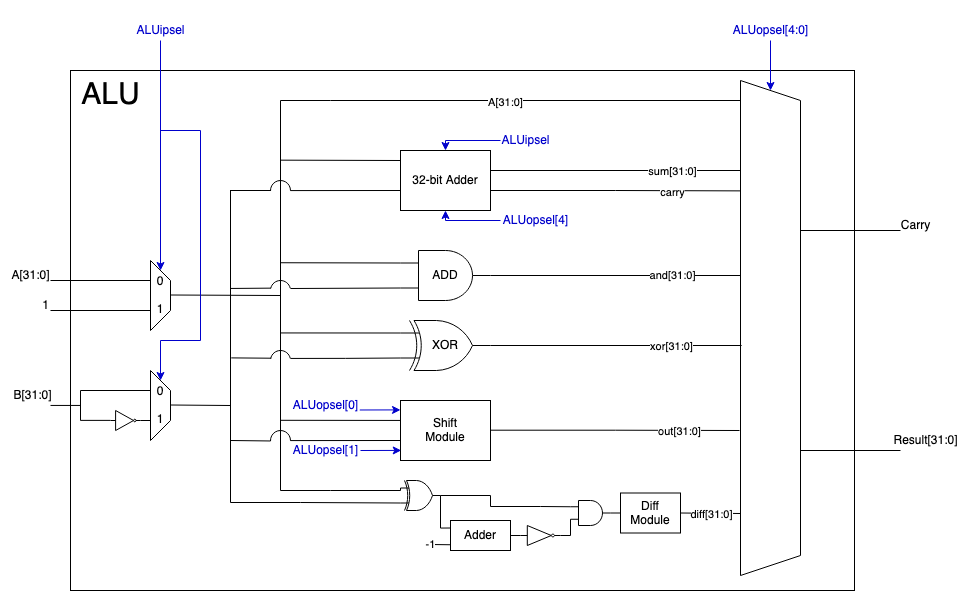
Earlier version of the draw.io export A6/ALU.drawio.png (rv4102/CompOrg-Lab). Source tidied: cells renumbered, new cells last; positions are measured from the earlier drawing's top-left corner, leaving out a move shared by most shapes.
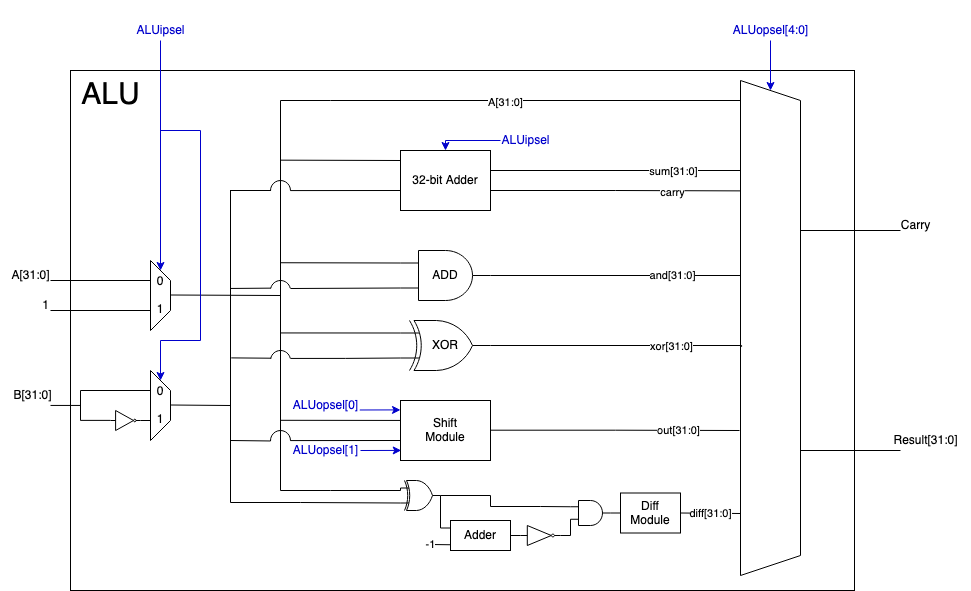
The same file after the commit.

What changed in the source:
```diff
@@ -326,14 +326,6 @@
         <mxPoint x="500" y="140" as="sourcePoint" />
       </mxGeometry>
     </mxCell>
-    <mxCell id="76" style="endArrow=classic;html=1;rounded=0;strokeWidth=1;fontSize=30;fontColor=#000000;entryX=0.5;entryY=1;entryDx=0;entryDy=0;edgeStyle=orthogonalEdgeStyle;strokeColor=#0000CC;" parent="1" edge="1" target="13">
-      <mxGeometry relative="1" as="geometry">
-        <mxPoint x="500" y="220" as="sourcePoint" />
-        <Array as="points">
-          <mxPoint x="445" y="220" />
-        </Array>
-      </mxGeometry>
-    </mxCell>
     <mxCell id="77" style="endArrow=classic;html=1;rounded=0;strokeColor=#0000CC;strokeWidth=1;fontSize=30;fontColor=#000000;entryX=0;entryY=0.5;entryDx=0;entryDy=0;" parent="1" edge="1" target="21">
       <mxGeometry relative="1" as="geometry">
         <mxPoint x="770" y="40" as="sourcePoint" />
@@ -378,9 +370,6 @@
     <mxCell id="85" value="&lt;font style=&quot;font-size: 12px;&quot; color=&quot;#0000CC&quot;&gt;ALUipsel&lt;/font&gt;" style="text;html=1;align=center;verticalAlign=middle;strokeColor=none;fillColor=none;fontSize=30;fontColor=#000000;" parent="1" vertex="1">
       <mxGeometry x="490" y="110" width="70" height="50" as="geometry" />
     </mxCell>
-    <mxCell id="86" value="&lt;font style=&quot;font-size: 12px;&quot; color=&quot;#0000CC&quot;&gt;ALUopsel[4]&lt;/font&gt;" style="text;html=1;align=center;verticalAlign=middle;strokeColor=none;fillColor=none;fontSize=30;fontColor=#000000;" parent="1" vertex="1">
-      <mxGeometry x="490" y="190" width="90" height="50" as="geometry" />
-    </mxCell>
     <mxCell id="87" value="&lt;font style=&quot;font-size: 12px;&quot; color=&quot;#0000CC&quot;&gt;ALUipsel&lt;/font&gt;" style="text;html=1;align=center;verticalAlign=middle;strokeColor=none;fillColor=none;fontSize=30;fontColor=#000000;" parent="1" vertex="1">
       <mxGeometry x="125" width="70" height="50" as="geometry" />
     </mxCell>
```
